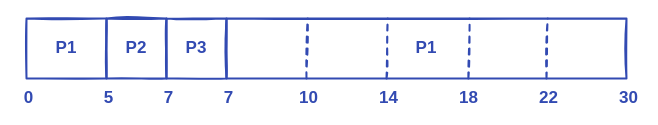
ull-esit-sistemas-operativos/ssoo-apuntes keeps this draw.io diagram as content/media/C14-planificación/rr.drawio. Above is the earlier version. Source tidied: cells renumbered, new cells numbered last; positions are measured from the earlier drawing's top-left corner, leaving out a move shared by most shapes. Both pictures are drawn from the tidied source at 100%, with x=0, y=0 at pixel (16, 18).
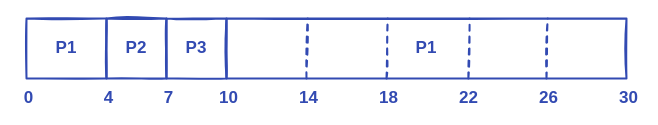
After the change.

What changed in the source:
```diff
@@
-    <mxCell id="6" value="5" style="text;fillColor=none;align=center;verticalAlign=middle;rounded=0;shadow=0;sketch=1;fontFamily=Ink Free;fontSize=17;fontStyle=1;spacingRight=0;fontColor=#324AB2;spacingBottom=5;" parent="1" vertex="1">
+    <mxCell id="6" value="4" style="text;fillColor=none;align=center;verticalAlign=middle;rounded=0;shadow=0;sketch=1;fontFamily=Ink Free;fontSize=17;fontStyle=1;spacingRight=0;fontColor=#324AB2;spacingBottom=5;" parent="1" vertex="1">
       <mxGeometry x="80" y="70" width="25" height="20" as="geometry" />
     </mxCell>
@@
-    <mxCell id="8" value="22" style="text;fillColor=none;align=center;verticalAlign=middle;rounded=0;shadow=0;sketch=1;fontFamily=Ink Free;fontSize=17;fontStyle=1;spacingRight=0;fontColor=#324AB2;spacingBottom=5;" parent="1" vertex="1">
+    <mxCell id="8" value="26" style="text;fillColor=none;align=center;verticalAlign=middle;rounded=0;shadow=0;sketch=1;fontFamily=Ink Free;fontSize=17;fontStyle=1;spacingRight=0;fontColor=#324AB2;spacingBottom=5;" parent="1" vertex="1">
       <mxGeometry x="520" y="70" width="25" height="20" as="geometry" />
     </mxCell>
-    <mxCell id="9" value="18" style="text;fillColor=none;align=center;verticalAlign=middle;rounded=0;shadow=0;sketch=1;fontFamily=Ink Free;fontSize=17;fontStyle=1;spacingRight=0;fontColor=#324AB2;spacingBottom=5;" parent="1" vertex="1">
+    <mxCell id="9" value="22" style="text;fillColor=none;align=center;verticalAlign=middle;rounded=0;shadow=0;sketch=1;fontFamily=Ink Free;fontSize=17;fontStyle=1;spacingRight=0;fontColor=#324AB2;spacingBottom=5;" parent="1" vertex="1">
       <mxGeometry x="440" y="70" width="25" height="20" as="geometry" />
     </mxCell>
@@
-    <mxCell id="16" value="7" style="text;fillColor=none;align=center;verticalAlign=middle;rounded=0;shadow=0;sketch=1;fontFamily=Ink Free;fontSize=17;fontStyle=1;spacingRight=0;fontColor=#324AB2;spacingBottom=5;" parent="1" vertex="1">
+    <mxCell id="16" value="10" style="text;fillColor=none;align=center;verticalAlign=middle;rounded=0;shadow=0;sketch=1;fontFamily=Ink Free;fontSize=17;fontStyle=1;spacingRight=0;fontColor=#324AB2;spacingBottom=5;" parent="1" vertex="1">
       <mxGeometry x="200" y="70" width="25" height="20" as="geometry" />
     </mxCell>
-    <mxCell id="17" value="10" style="text;fillColor=none;align=center;verticalAlign=middle;rounded=0;shadow=0;sketch=1;fontFamily=Ink Free;fontSize=17;fontStyle=1;spacingRight=0;fontColor=#324AB2;spacingBottom=5;" parent="1" vertex="1">
+    <mxCell id="17" value="14" style="text;fillColor=none;align=center;verticalAlign=middle;rounded=0;shadow=0;sketch=1;fontFamily=Ink Free;fontSize=17;fontStyle=1;spacingRight=0;fontColor=#324AB2;spacingBottom=5;" parent="1" vertex="1">
       <mxGeometry x="280" y="70" width="25" height="20" as="geometry" />
     </mxCell>
-    <mxCell id="18" value="14" style="text;fillColor=none;align=center;verticalAlign=middle;rounded=0;shadow=0;sketch=1;fontFamily=Ink Free;fontSize=17;fontStyle=1;spacingRight=0;fontColor=#324AB2;spacingBottom=5;" parent="1" vertex="1">
+    <mxCell id="18" value="18" style="text;fillColor=none;align=center;verticalAlign=middle;rounded=0;shadow=0;sketch=1;fontFamily=Ink Free;fontSize=17;fontStyle=1;spacingRight=0;fontColor=#324AB2;spacingBottom=5;" parent="1" vertex="1">
       <mxGeometry x="360" y="70" width="25" height="20" as="geometry" />
     </mxCell>
```
